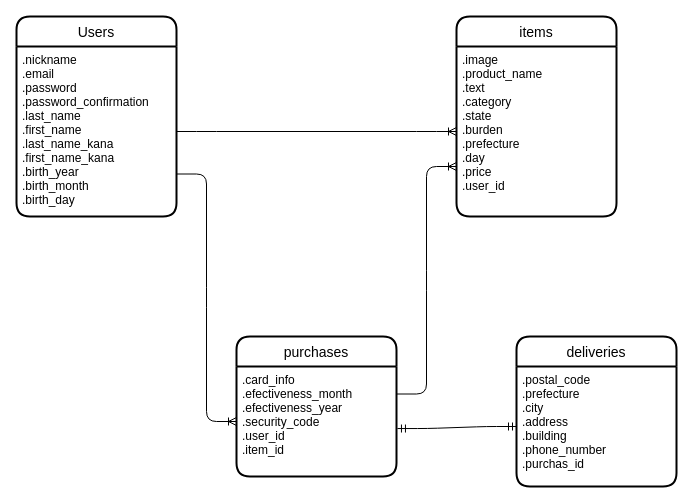
Above: furima-32267.dio in mitsu-yama86/furima-32267 (draw.io), before the change. Source tidied: cells renumbered, new cells numbered last; positions are measured from the earlier drawing's top-left corner, leaving out a move shared by most shapes. Both pictures are drawn from the tidied source at 100%, with x=0, y=0 at pixel (16, 16).
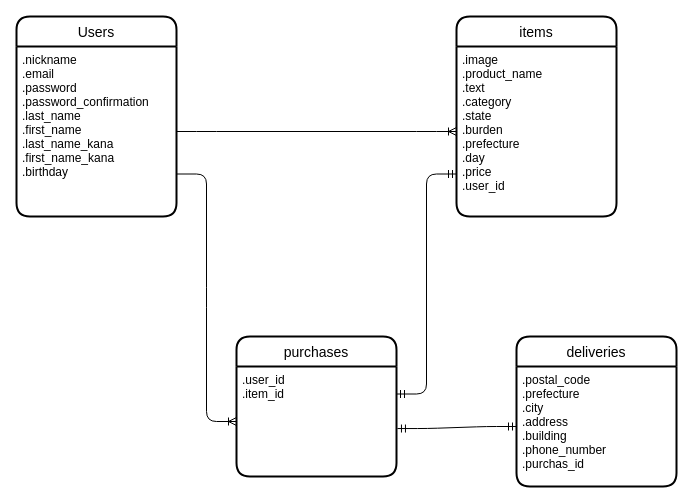
Above is the later version.

What changed in the source:
```diff
@@
 <mxGraphModel>
   <root>
     <mxCell id="0" />
     <mxCell id="1" parent="0" />
     <mxCell id="2" value="Users" style="swimlane;horizontal=1;startSize=30;rounded=1;fontSize=14;fontStyle=0;strokeWidth=2;shadow=0;dashed=0;align=center;" parent="1" vertex="1">
       <mxGeometry width="160" height="200" as="geometry" />
     </mxCell>
-    <mxCell id="3" value=".nickname&#10;.email&#10;.password&#10;.password_confirmation&#10;.last_name&#10;.first_name&#10;.last_name_kana&#10;.first_name_kana&#10;.birth_year&#10;.birth_month&#10;.birth_day" style="align=left;strokeColor=none;fillColor=none;spacingLeft=4;fontSize=12;verticalAlign=top;" parent="2" vertex="1">
+    <mxCell id="3" value=".nickname&#10;.email&#10;.password&#10;.password_confirmation&#10;.last_name&#10;.first_name&#10;.last_name_kana&#10;.first_name_kana&#10;.birthday" style="align=left;strokeColor=none;fillColor=none;spacingLeft=4;fontSize=12;verticalAlign=top;" parent="2" vertex="1">
       <mxGeometry y="30" width="160" height="170" as="geometry" />
     </mxCell>
     <mxCell id="4" value="items" style="swimlane;horizontal=1;startSize=30;rounded=1;fontSize=14;fontStyle=0;strokeWidth=2;shadow=0;dashed=0;align=center;" parent="1" vertex="1">
       <mxGeometry x="440" width="160" height="200" as="geometry" />
     </mxCell>
     <mxCell id="5" value=".image&#10;.product_name&#10;.text&#10;.category&#10;.state&#10;.burden&#10;.prefecture&#10;.day&#10;.price&#10;.user_id" style="align=left;strokeColor=none;fillColor=none;spacingLeft=4;fontSize=12;verticalAlign=top;" parent="4" vertex="1">
       <mxGeometry y="30" width="160" height="170" as="geometry" />
     </mxCell>
     <mxCell id="6" value="purchases" style="swimlane;horizontal=1;startSize=30;rounded=1;fontSize=14;fontStyle=0;strokeWidth=2;shadow=0;dashed=0;align=center;" parent="1" vertex="1">
       <mxGeometry x="220" y="320" width="160" height="140" as="geometry" />
     </mxCell>
-    <mxCell id="7" value=".card_info&#10;.efectiveness_month&#10;.efectiveness_year&#10;.security_code&#10;.user_id&#10;.item_id" style="align=left;strokeColor=none;fillColor=none;spacingLeft=4;fontSize=12;verticalAlign=top;" parent="6" vertex="1">
+    <mxCell id="7" value=".user_id&#10;.item_id" style="align=left;strokeColor=none;fillColor=none;spacingLeft=4;fontSize=12;verticalAlign=top;" parent="6" vertex="1">
       <mxGeometry y="30" width="160" height="110" as="geometry" />
     </mxCell>
     <mxCell id="8" value="deliveries" style="swimlane;horizontal=1;startSize=30;rounded=1;fontSize=14;fontStyle=0;strokeWidth=2;shadow=0;dashed=0;align=center;" parent="1" vertex="1">
       <mxGeometry x="500" y="320" width="160" height="150" as="geometry" />
     </mxCell>
     <mxCell id="9" value=".postal_code&#10;.prefecture&#10;.city&#10;.address&#10;.building&#10;.phone_number&#10;.purchas_id&#10;" style="align=left;strokeColor=none;fillColor=none;spacingLeft=4;fontSize=12;verticalAlign=top;" parent="8" vertex="1">
       <mxGeometry y="30" width="160" height="120" as="geometry" />
     </mxCell>
     <mxCell id="10" style="edgeStyle=entityRelationEdgeStyle;fontSize=12;html=1;endArrow=ERoneToMany;exitX=1;exitY=0.5;exitDx=0;exitDy=0;entryX=0;entryY=0.5;entryDx=0;entryDy=0;" parent="1" edge="1" source="3" target="5">
       <mxGeometry relative="1" as="geometry" />
     </mxCell>
     <mxCell id="11" style="edgeStyle=entityRelationEdgeStyle;fontSize=12;html=1;endArrow=ERoneToMany;exitX=1;exitY=0.75;exitDx=0;exitDy=0;entryX=0;entryY=0.5;entryDx=0;entryDy=0;" parent="1" edge="1" source="3" target="7">
       <mxGeometry relative="1" as="geometry" />
     </mxCell>
     <mxCell id="12" style="edgeStyle=entityRelationEdgeStyle;fontSize=12;html=1;endArrow=ERmandOne;startArrow=ERmandOne;exitX=1.006;exitY=0.564;exitDx=0;exitDy=0;entryX=0;entryY=0.5;entryDx=0;entryDy=0;exitPerimeter=0;" parent="1" edge="1" source="7" target="9">
       <mxGeometry relative="1" as="geometry" />
     </mxCell>
-    <mxCell id="13" style="edgeStyle=entityRelationEdgeStyle;fontSize=12;html=1;endArrow=ERoneToMany;exitX=1;exitY=0.25;exitDx=0;exitDy=0;entryX=0;entryY=0.75;entryDx=0;entryDy=0;" parent="1" edge="1" source="7" target="4">
-      <mxGeometry relative="1" as="geometry" />
-    </mxCell>
+    <mxCell id="14" style="edgeStyle=entityRelationEdgeStyle;fontSize=12;html=1;endArrow=ERmandOne;startArrow=ERmandOne;entryX=0;entryY=0.75;entryDx=0;entryDy=0;exitX=1;exitY=0.25;exitDx=0;exitDy=0;" parent="1" edge="1" source="7" target="5">
+      <mxGeometry relative="1" as="geometry" />
+    </mxCell>
   </root>
 </mxGraphModel>
```
